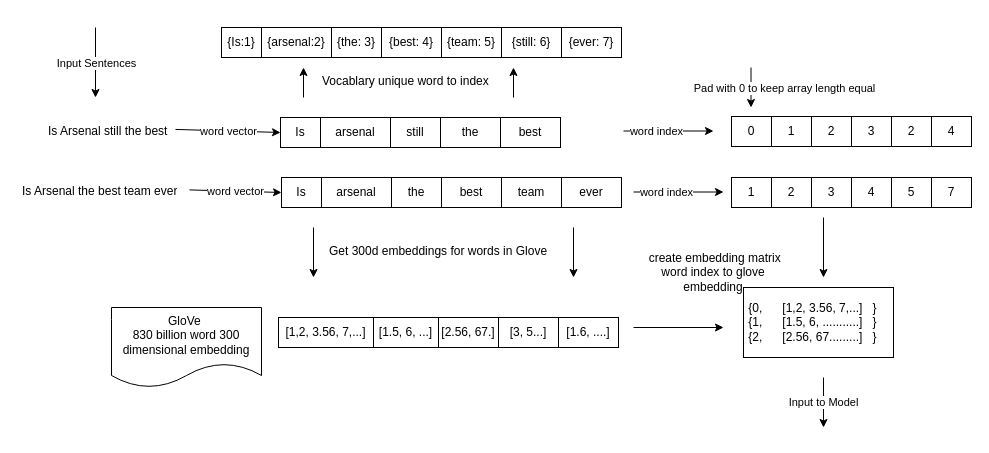
Earlier version of the draw.io diagram page "Page-1" (1 of 2) of ait-736.drawio (yarafatin/app.diagrams). Source tidied: cells renumbered, new cells numbered last; positions are measured from the earlier drawing's top-left corner, leaving out a move shared by most shapes. Both pictures are drawn from the tidied source at 100%, with x=0, y=0 at pixel (17, 27).
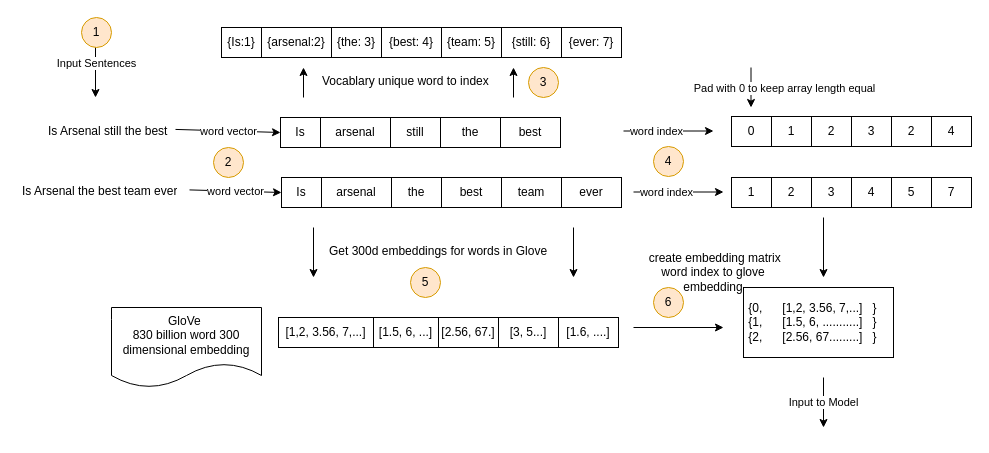
Above is the later version.

Change to the diagram source:
```diff
@@
+    <mxCell id="63" value="1" style="ellipse;whiteSpace=wrap;html=1;fillColor=#ffe6cc;strokeColor=#d79b00;" parent="1" vertex="1">
+      <mxGeometry x="64" y="-10" width="30" height="30" as="geometry" />
+    </mxCell>
+    <mxCell id="64" value="2" style="ellipse;whiteSpace=wrap;html=1;fillColor=#ffe6cc;strokeColor=#d79b00;" parent="1" vertex="1">
+      <mxGeometry x="196" y="120" width="30" height="30" as="geometry" />
+    </mxCell>
+    <mxCell id="65" value="3" style="ellipse;whiteSpace=wrap;html=1;fillColor=#ffe6cc;strokeColor=#d79b00;" parent="1" vertex="1">
+      <mxGeometry x="511" y="40" width="30" height="30" as="geometry" />
+    </mxCell>
+    <mxCell id="66" value="4" style="ellipse;whiteSpace=wrap;html=1;fillColor=#ffe6cc;strokeColor=#d79b00;" parent="1" vertex="1">
+      <mxGeometry x="636" y="119" width="30" height="30" as="geometry" />
+    </mxCell>
+    <mxCell id="67" value="5" style="ellipse;whiteSpace=wrap;html=1;fillColor=#ffe6cc;strokeColor=#d79b00;" parent="1" vertex="1">
+      <mxGeometry x="393" y="240" width="30" height="30" as="geometry" />
+    </mxCell>
+    <mxCell id="68" value="6" style="ellipse;whiteSpace=wrap;html=1;fillColor=#ffe6cc;strokeColor=#d79b00;" parent="1" vertex="1">
+      <mxGeometry x="636" y="260" width="30" height="30" as="geometry" />
+    </mxCell>
```
